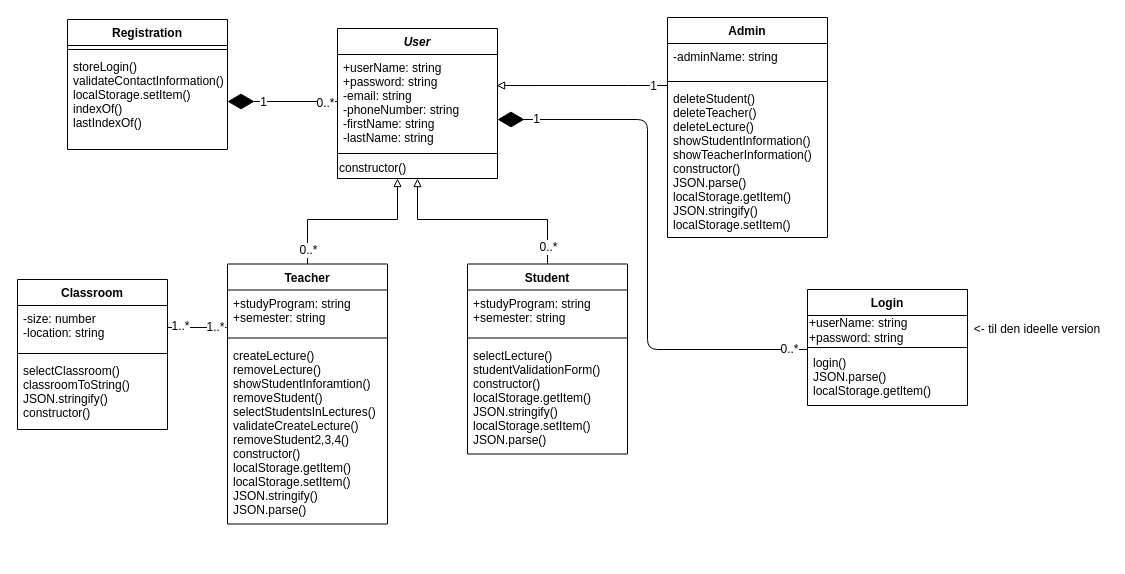
Niklas107/Gruppeprojekt-1 keeps this draw.io diagram as StudentTeach.drawio. Above is the earlier version. Source tidied: cells renumbered, new cells numbered last; positions are measured from the earlier drawing's top-left corner, leaving out a move shared by most shapes. Both pictures are drawn from the tidied source at 100%, with x=0, y=0 at pixel (17, 17).
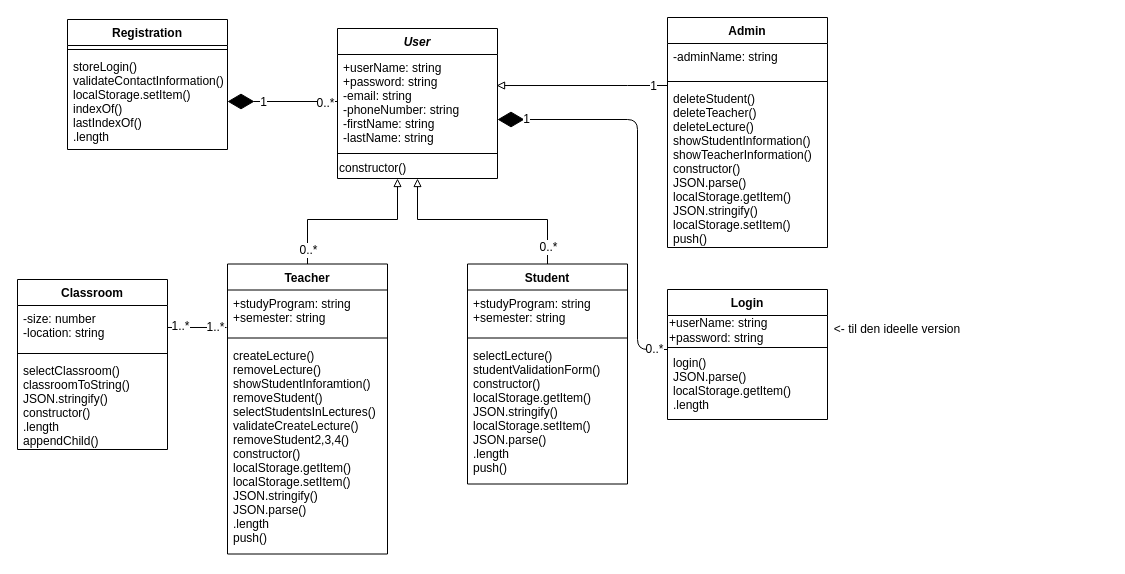
The same diagram, later.

Unchanged cells that the change refers to:
```xml
<mxCell id="32" value="Registration" style="swimlane;fontStyle=1;align=center;verticalAlign=top;horizontal=1;startSize=26;" parent="1" vertex="1">
  <mxGeometry x="50" y="2" width="160" height="130" as="geometry" />
</mxCell>
```

What changed in the source:
```diff
@@
     <mxCell id="12" value="Admin" style="swimlane;fontStyle=1;align=center;verticalAlign=top;horizontal=1;startSize=26;" parent="1" vertex="1">
-      <mxGeometry x="650" width="160" height="220" as="geometry" />
+      <mxGeometry x="650" width="160" height="230" as="geometry" />
     </mxCell>
@@
-    <mxCell id="15" value="deleteStudent()&#10;deleteTeacher()&#10;deleteLecture()&#10;showStudentInformation()&#10;showTeacherInformation()&#10;constructor()&#10;JSON.parse()&#10;localStorage.getItem()&#10;JSON.stringify()&#10;localStorage.setItem()&#10;&#10;" style="text;strokeColor=none;fillColor=none;align=left;verticalAlign=top;spacingLeft=4;spacingRight=4;overflow=hidden;" parent="12" vertex="1">
-      <mxGeometry y="68" width="160" height="152" as="geometry" />
+    <mxCell id="15" value="deleteStudent()&#10;deleteTeacher()&#10;deleteLecture()&#10;showStudentInformation()&#10;showTeacherInformation()&#10;constructor()&#10;JSON.parse()&#10;localStorage.getItem()&#10;JSON.stringify()&#10;localStorage.setItem()&#10;push()&#10;&#10;&#10;" style="text;strokeColor=none;fillColor=none;align=left;verticalAlign=top;spacingLeft=4;spacingRight=4;overflow=hidden;" parent="12" vertex="1">
+      <mxGeometry y="68" width="160" height="162" as="geometry" />
     </mxCell>
     <mxCell id="16" value="Teacher" style="swimlane;fontStyle=1;align=center;verticalAlign=top;horizontal=1;startSize=26;" parent="1" vertex="1">
-      <mxGeometry x="210" y="246.5" width="160" height="260" as="geometry" />
+      <mxGeometry x="210" y="246.5" width="160" height="290" as="geometry" />
     </mxCell>
@@
-    <mxCell id="19" value="createLecture()&#10;removeLecture()&#10;showStudentInforamtion()&#10;removeStudent()&#10;selectStudentsInLectures()&#10;validateCreateLecture()&#10;removeStudent2,3,4()&#10;constructor()&#10;localStorage.getItem()&#10;localStorage.setItem()&#10;JSON.stringify()&#10;JSON.parse()&#10;" style="text;strokeColor=none;fillColor=none;align=left;verticalAlign=top;spacingLeft=4;spacingRight=4;overflow=hidden;" parent="16" vertex="1">
-      <mxGeometry y="78" width="160" height="182" as="geometry" />
+    <mxCell id="19" value="createLecture()&#10;removeLecture()&#10;showStudentInforamtion()&#10;removeStudent()&#10;selectStudentsInLectures()&#10;validateCreateLecture()&#10;removeStudent2,3,4()&#10;constructor()&#10;localStorage.getItem()&#10;localStorage.setItem()&#10;JSON.stringify()&#10;JSON.parse()&#10;.length&#10;push()&#10;" style="text;strokeColor=none;fillColor=none;align=left;verticalAlign=top;spacingLeft=4;spacingRight=4;overflow=hidden;" parent="16" vertex="1">
+      <mxGeometry y="78" width="160" height="212" as="geometry" />
     </mxCell>
     <mxCell id="20" value="Student" style="swimlane;fontStyle=1;align=center;verticalAlign=top;horizontal=1;startSize=26;" parent="1" vertex="1">
-      <mxGeometry x="450" y="246.5" width="160" height="190" as="geometry" />
+      <mxGeometry x="450" y="246.5" width="160" height="220" as="geometry" />
     </mxCell>
@@
-    <mxCell id="23" value="selectLecture()&#10;studentValidationForm()&#10;constructor()&#10;localStorage.getItem()&#10;JSON.stringify()&#10;localStorage.setItem()&#10;JSON.parse()" style="text;strokeColor=none;fillColor=none;align=left;verticalAlign=top;spacingLeft=4;spacingRight=4;overflow=hidden;" parent="20" vertex="1">
-      <mxGeometry y="78" width="160" height="112" as="geometry" />
+    <mxCell id="23" value="selectLecture()&#10;studentValidationForm()&#10;constructor()&#10;localStorage.getItem()&#10;JSON.stringify()&#10;localStorage.setItem()&#10;JSON.parse()&#10;.length&#10;push()" style="text;strokeColor=none;fillColor=none;align=left;verticalAlign=top;spacingLeft=4;spacingRight=4;overflow=hidden;" parent="20" vertex="1">
+      <mxGeometry y="78" width="160" height="142" as="geometry" />
     </mxCell>
     <mxCell id="24" value="Classroom" style="swimlane;fontStyle=1;align=center;verticalAlign=top;horizontal=1;startSize=26;" parent="1" vertex="1">
-      <mxGeometry y="262" width="150" height="150" as="geometry" />
+      <mxGeometry y="262" width="150" height="170" as="geometry" />
     </mxCell>
@@
-    <mxCell id="27" value="selectClassroom()&#10;classroomToString()&#10;JSON.stringify()&#10;constructor()" style="text;strokeColor=none;fillColor=none;align=left;verticalAlign=top;spacingLeft=4;spacingRight=4;overflow=hidden;" parent="24" vertex="1">
-      <mxGeometry y="78" width="150" height="72" as="geometry" />
+    <mxCell id="27" value="selectClassroom()&#10;classroomToString()&#10;JSON.stringify()&#10;constructor()&#10;.length&#10;appendChild()&#10;&#10;" style="text;strokeColor=none;fillColor=none;align=left;verticalAlign=top;spacingLeft=4;spacingRight=4;overflow=hidden;" parent="24" vertex="1">
+      <mxGeometry y="78" width="150" height="92" as="geometry" />
     </mxCell>
     <mxCell id="28" value="Login" style="swimlane;fontStyle=1;align=center;verticalAlign=top;horizontal=1;startSize=26;" parent="1" vertex="1">
-      <mxGeometry x="790" y="272" width="160" height="116" as="geometry" />
+      <mxGeometry x="650" y="272" width="160" height="130" as="geometry" />
     </mxCell>
@@
-    <mxCell id="31" value="login()&#10;JSON.parse()&#10;localStorage.getItem()&#10;" style="text;strokeColor=none;fillColor=none;align=left;verticalAlign=top;spacingLeft=4;spacingRight=4;overflow=hidden;" parent="28" vertex="1">
-      <mxGeometry y="60" width="160" height="56" as="geometry" />
+    <mxCell id="31" value="login()&#10;JSON.parse()&#10;localStorage.getItem()&#10;.length" style="text;strokeColor=none;fillColor=none;align=left;verticalAlign=top;spacingLeft=4;spacingRight=4;overflow=hidden;" parent="28" vertex="1">
+      <mxGeometry y="60" width="160" height="70" as="geometry" />
     </mxCell>
@@
-    <mxCell id="34" value="storeLogin()&#10;validateContactInformation()&#10;localStorage.setItem()&#10;indexOf()&#10;lastIndexOf()" style="text;strokeColor=none;fillColor=none;align=left;verticalAlign=top;spacingLeft=4;spacingRight=4;overflow=hidden;points=[[0,0.5],[1,0.5]];portConstraint=eastwest;" parent="32" vertex="1">
+    <mxCell id="34" value="storeLogin()&#10;validateContactInformation()&#10;localStorage.setItem()&#10;indexOf()&#10;lastIndexOf()&#10;.length" style="text;strokeColor=none;fillColor=none;align=left;verticalAlign=top;spacingLeft=4;spacingRight=4;overflow=hidden;points=[[0,0.5],[1,0.5]];portConstraint=eastwest;" parent="32" vertex="1">
       <mxGeometry y="34" width="160" height="96" as="geometry" />
     </mxCell>
@@
     <mxCell id="38" value="&amp;lt;- til den ideelle version" style="text;html=1;strokeColor=none;fillColor=none;align=center;verticalAlign=middle;whiteSpace=wrap;rounded=0;" parent="1" vertex="1">
-      <mxGeometry x="950" y="302" width="140" height="20" as="geometry" />
+      <mxGeometry x="810" y="302" width="140" height="20" as="geometry" />
     </mxCell>
     <mxCell id="39" style="endArrow=diamondThin;endFill=1;endSize=24;html=1;" parent="1" edge="1">
       <mxGeometry relative="1" as="geometry">
-        <mxPoint x="790" y="332" as="sourcePoint" />
+        <mxPoint x="650" y="332" as="sourcePoint" />
         <mxPoint x="480" y="102" as="targetPoint" />
         <Array as="points">
-          <mxPoint x="630" y="332" />
-          <mxPoint x="630" y="102" />
+          <mxPoint x="620" y="332" />
+          <mxPoint x="620" y="102" />
         </Array>
       </mxGeometry>
     </mxCell>
```
